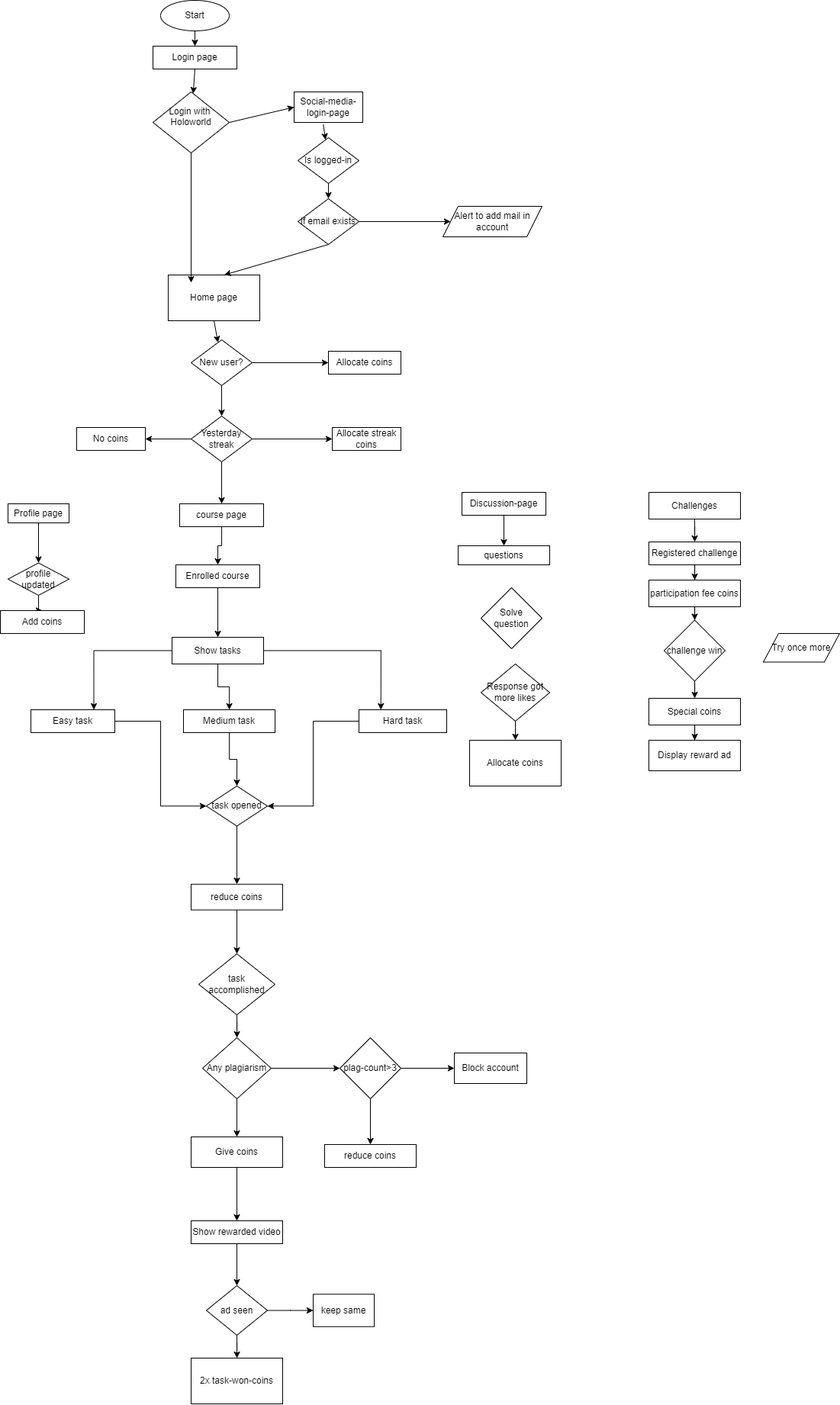
Earlier version of the draw.io export public/Coin-flow-chart.drawio.png (karthiksatish159/googleads). Source tidied: cells renumbered, new cells last; positions are measured from the earlier drawing's top-left corner, leaving out a move shared by most shapes.
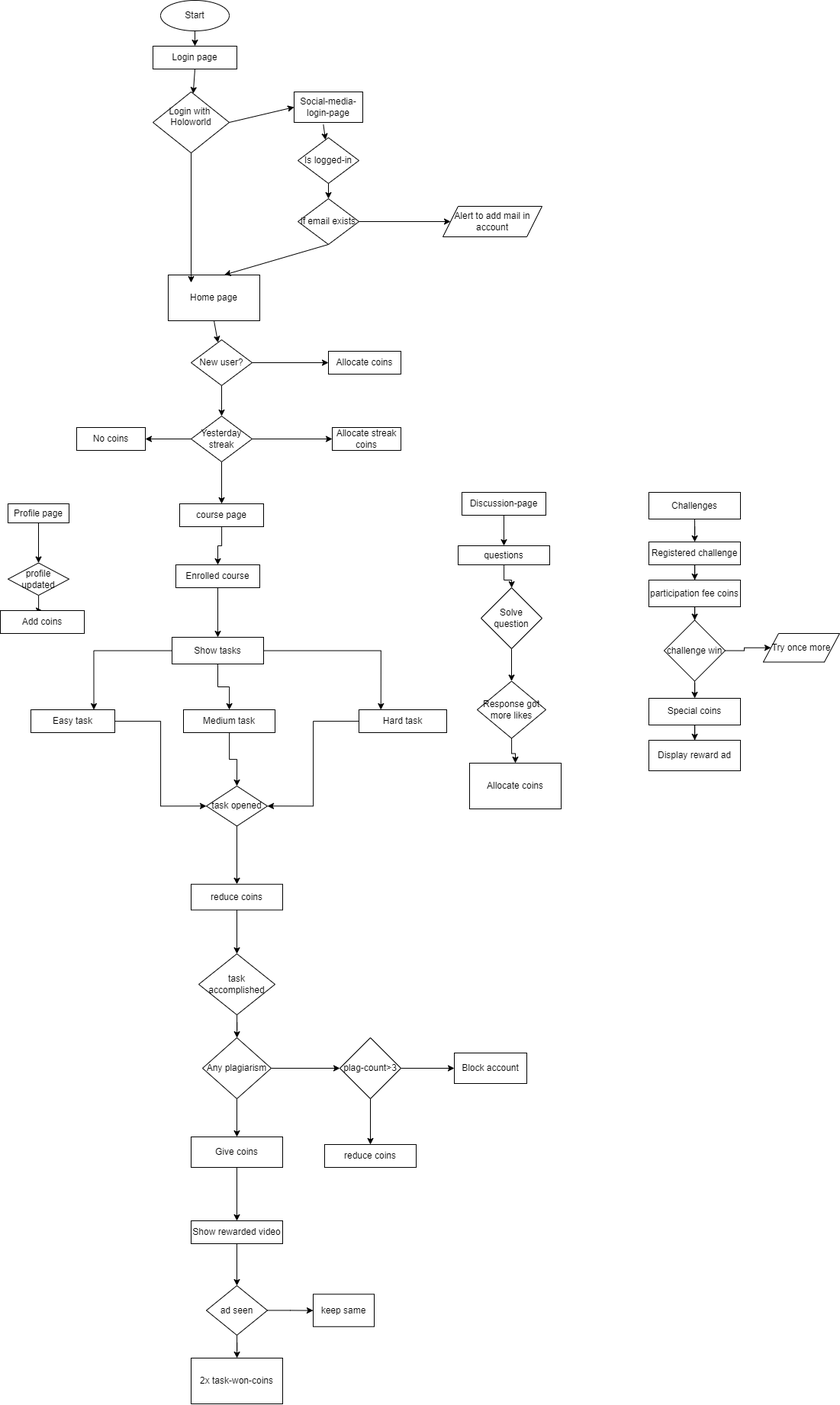
After the commit.

Change to the diagram source:
```diff
@@ -183,16 +183,22 @@
       <mxGeometry relative="1" as="geometry" />
     </mxCell>
     <mxCell id="62" value="Response got more likes" style="rhombus;whiteSpace=wrap;html=1;rounded=0;" parent="1" vertex="1">
-      <mxGeometry x="630" y="870" width="90" height="75" as="geometry" />
+      <mxGeometry x="625" y="892.5" width="90" height="75" as="geometry" />
     </mxCell>
+    <mxCell id="90" style="edgeStyle=orthogonalEdgeStyle;rounded=0;jettySize=auto;html=1;entryX=0.5;entryY=0;entryDx=0;entryDy=0;" parent="1" edge="1" source="63" target="62">
+      <mxGeometry relative="1" as="geometry" />
+    </mxCell>
     <mxCell id="63" value="&lt;span style=&quot;&quot;&gt;Solve question&lt;/span&gt;" style="rhombus;whiteSpace=wrap;html=1;rounded=0;" parent="1" vertex="1">
       <mxGeometry x="630" y="770" width="80" height="80" as="geometry" />
     </mxCell>
+    <mxCell id="91" style="edgeStyle=orthogonalEdgeStyle;rounded=0;jettySize=auto;html=1;" parent="1" edge="1" source="64" target="63">
+      <mxGeometry relative="1" as="geometry" />
+    </mxCell>
     <mxCell id="64" value="questions" style="whiteSpace=wrap;html=1;rounded=0;" parent="1" vertex="1">
       <mxGeometry x="600" y="715" width="120" height="25" as="geometry" />
     </mxCell>
     <mxCell id="65" value="Allocate coins" style="whiteSpace=wrap;html=1;rounded=0;" parent="1" vertex="1">
-      <mxGeometry x="615" y="970" width="120" height="60" as="geometry" />
+      <mxGeometry x="615" y="1000" width="120" height="60" as="geometry" />
     </mxCell>
     <mxCell id="66" style="edgeStyle=orthogonalEdgeStyle;rounded=0;jettySize=auto;html=1;" parent="1" edge="1" source="67" target="69">
       <mxGeometry relative="1" as="geometry" />
@@ -215,6 +221,9 @@
     <mxCell id="72" style="edgeStyle=orthogonalEdgeStyle;rounded=0;jettySize=auto;html=1;" parent="1" edge="1" source="73" target="75">
       <mxGeometry relative="1" as="geometry" />
     </mxCell>
+    <mxCell id="92" style="edgeStyle=orthogonalEdgeStyle;rounded=0;jettySize=auto;html=1;exitX=1;exitY=0.5;exitDx=0;exitDy=0;entryX=0;entryY=0.5;entryDx=0;entryDy=0;" parent="1" edge="1" source="73" target="77">
+      <mxGeometry relative="1" as="geometry" />
+    </mxCell>
     <mxCell id="73" value="challenge win" style="rhombus;whiteSpace=wrap;html=1;rounded=0;" parent="1" vertex="1">
       <mxGeometry x="870" y="812.5" width="80" height="80" as="geometry" />
     </mxCell>
```
